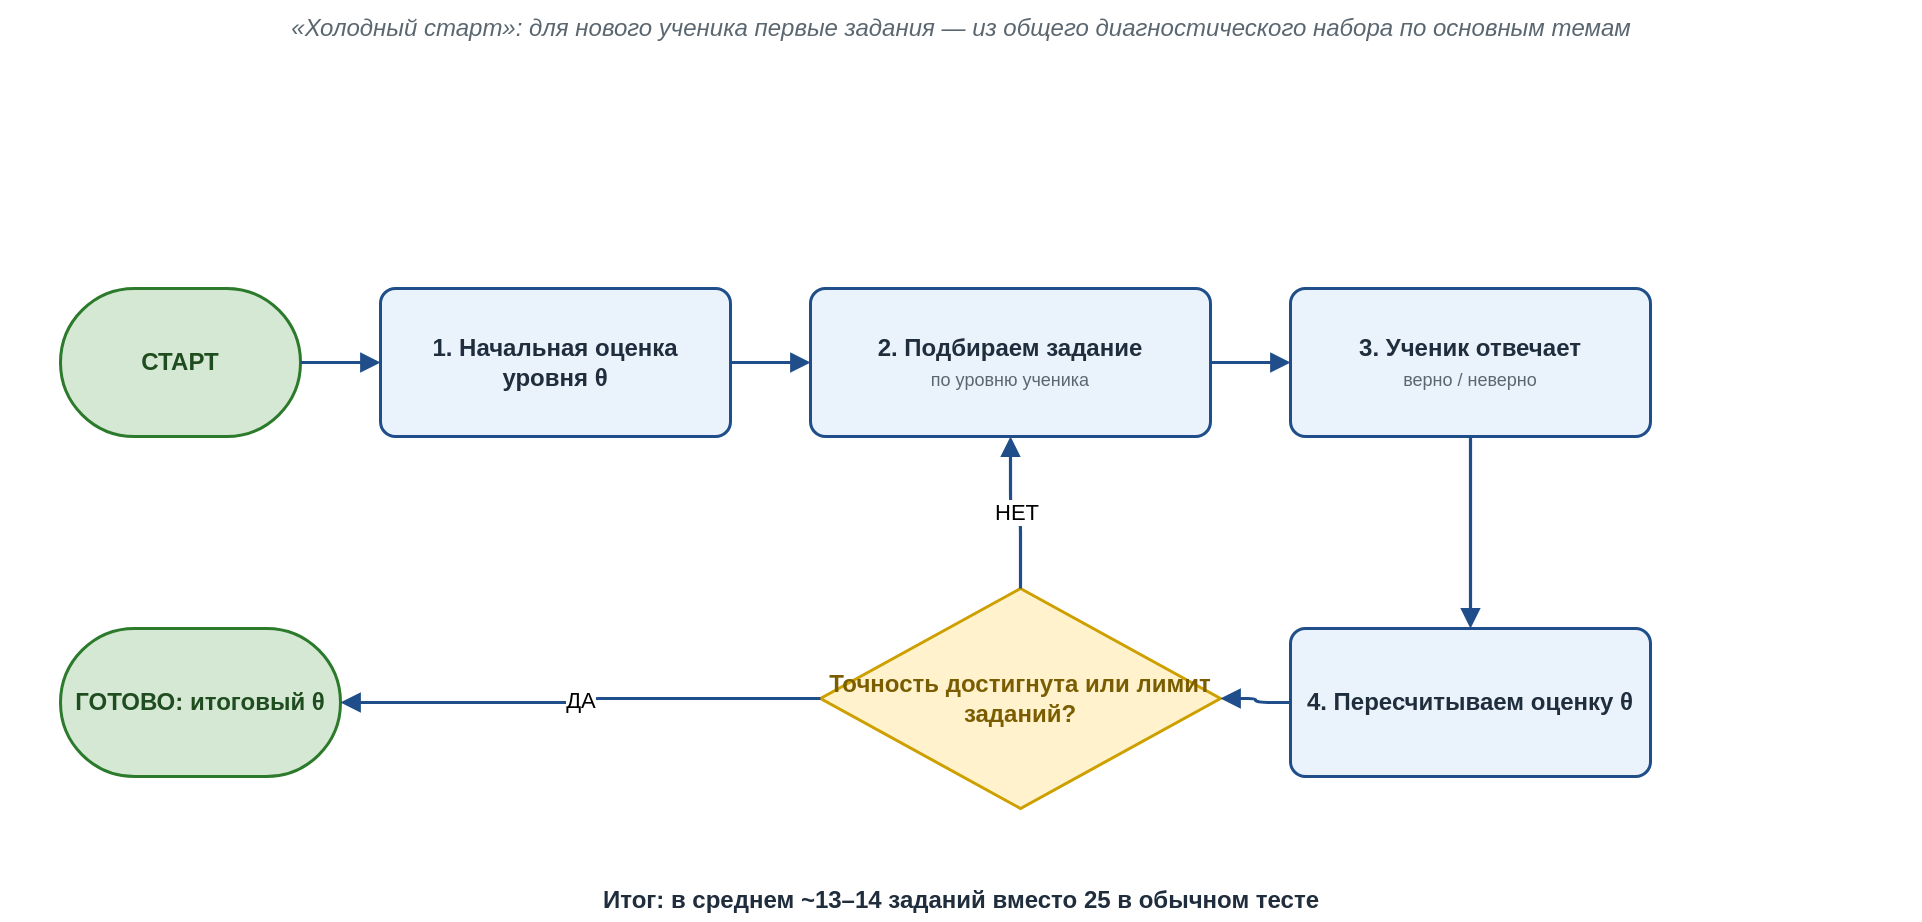
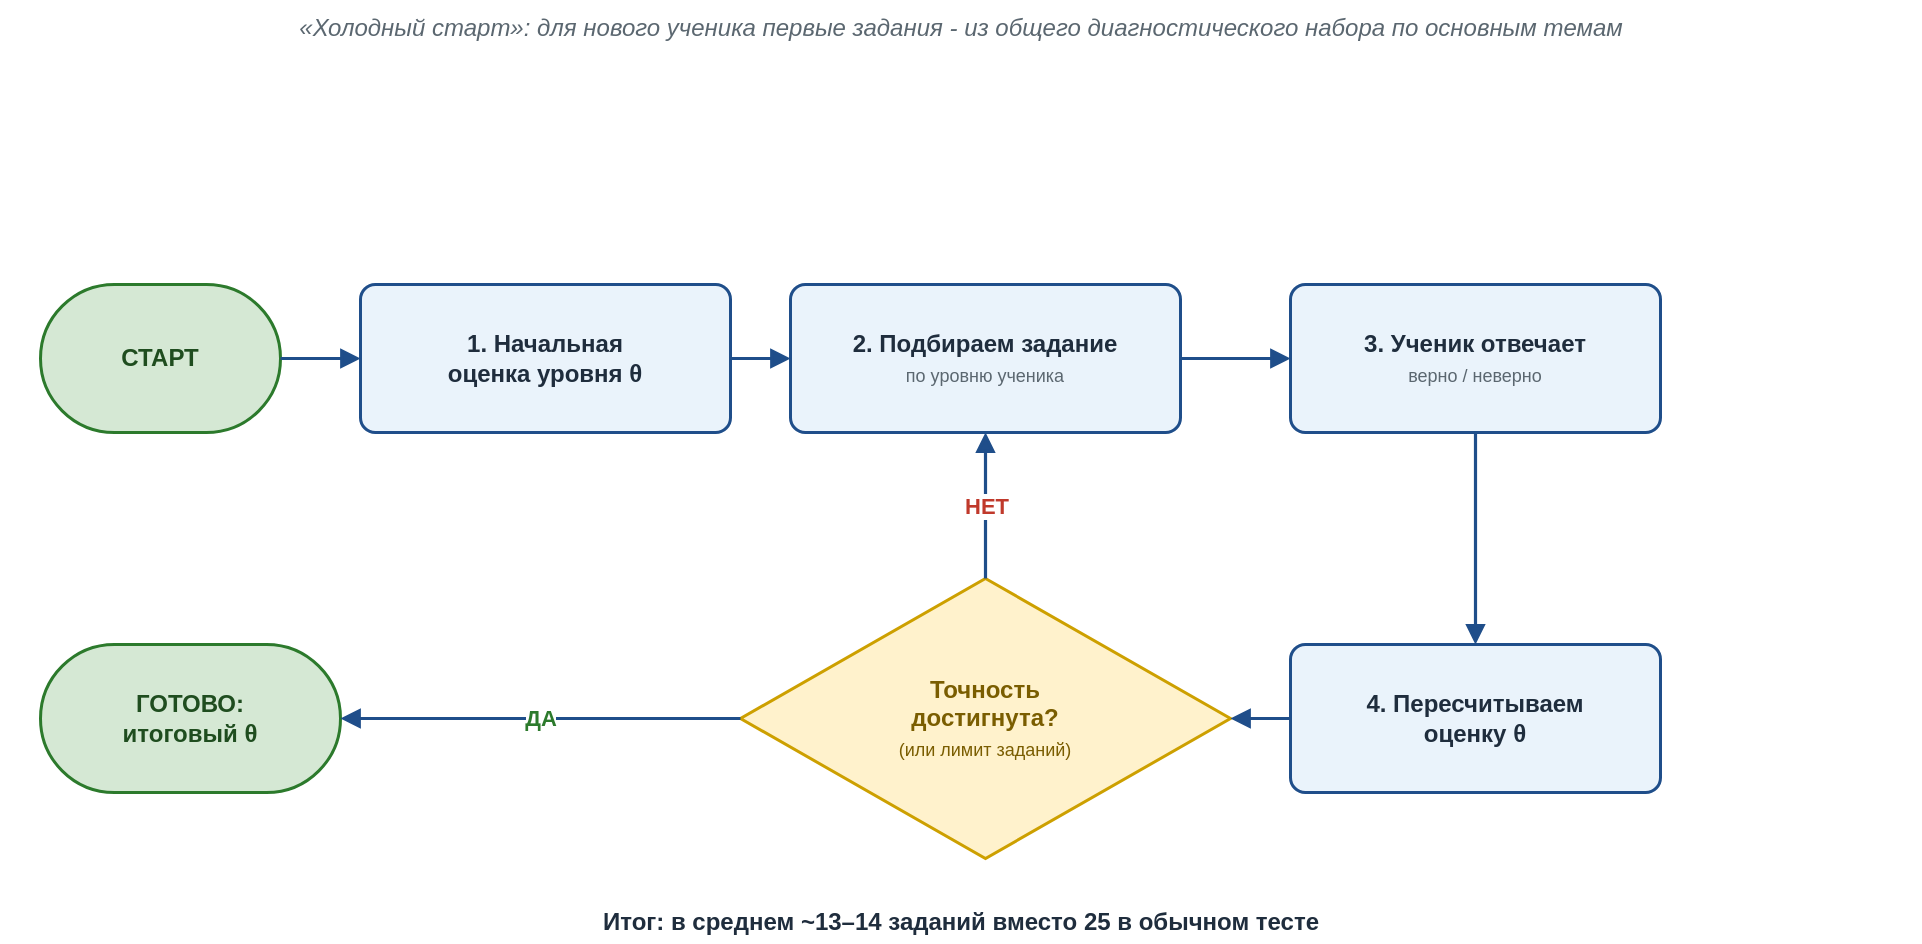
- <mxfile host="app.diagrams.net" type="device"><diagram name="Алгоритм адаптивного тестирования (IRT/CAT)" id="Алгоритм адаптивного тестирования (IRT/CAT)"><mxGraphModel dx="900" dy="600" grid="1" gridSize="10" guides="1" tooltips="1" connect="1" arrows="1" fold="1" page="1" pageScale="1" pageWidth="1000" pageHeight="470" math="0" shadow="0"><root><mxCell id="0"/><mxCell id="1" parent="0"/><mxCell id="TN" value="«Холодный старт»: для нового ученика первые задания — из общего диагностического набора по основным темам" style="text;html=1;align=center;fontColor=#5b6770;fontStyle=2;" vertex="1" parent="1"><mxGeometry x="20" y="6" width="960" height="24" as="geometry"/></mxCell><mxCell id="n_start" value="&lt;b&gt;СТАРТ&lt;/b&gt;" style="rounded=1;arcSize=50;whiteSpace=wrap;html=1;fillColor=#d5e8d4;strokeColor=#2c7a2c;fontColor=#1f4d1f;strokeWidth=1.5;fontStyle=1;" vertex="1" parent="1"><mxGeometry x="50" y="150" width="120" height="74" as="geometry"/></mxCell><mxCell id="n_n1" value="&lt;b&gt;1. Начальная оценка уровня θ&lt;/b&gt;" style="rounded=1;arcSize=10;whiteSpace=wrap;html=1;fillColor=#eaf3fb;strokeColor=#1f4e8a;fontColor=#1f2d3d;strokeWidth=1.5;align=center;verticalAlign=middle;spacingLeft=4;spacingRight=4;" vertex="1" parent="1"><mxGeometry x="210" y="150" width="175" height="74" as="geometry"/></mxCell><mxCell id="n_n2" value="&lt;b&gt;2. Подбираем задание&lt;/b&gt;&lt;br&gt;&lt;font style=&#x27;font-size:9px&#x27; color=&#x27;#5b6770&#x27;&gt;по уровню ученика&lt;/font&gt;" style="rounded=1;arcSize=10;whiteSpace=wrap;html=1;fillColor=#eaf3fb;strokeColor=#1f4e8a;fontColor=#1f2d3d;strokeWidth=1.5;align=center;verticalAlign=middle;spacingLeft=4;spacingRight=4;" vertex="1" parent="1"><mxGeometry x="425" y="150" width="200" height="74" as="geometry"/></mxCell><mxCell id="n_n3" value="&lt;b&gt;3. Ученик отвечает&lt;/b&gt;&lt;br&gt;&lt;font style=&#x27;font-size:9px&#x27; color=&#x27;#5b6770&#x27;&gt;верно / неверно&lt;/font&gt;" style="rounded=1;arcSize=10;whiteSpace=wrap;html=1;fillColor=#eaf3fb;strokeColor=#1f4e8a;fontColor=#1f2d3d;strokeWidth=1.5;align=center;verticalAlign=middle;spacingLeft=4;spacingRight=4;" vertex="1" parent="1"><mxGeometry x="665" y="150" width="180" height="74" as="geometry"/></mxCell><mxCell id="n_n4" value="&lt;b&gt;4. Пересчитываем оценку θ&lt;/b&gt;" style="rounded=1;arcSize=10;whiteSpace=wrap;html=1;fillColor=#eaf3fb;strokeColor=#1f4e8a;fontColor=#1f2d3d;strokeWidth=1.5;align=center;verticalAlign=middle;spacingLeft=4;spacingRight=4;" vertex="1" parent="1"><mxGeometry x="665" y="320" width="180" height="74" as="geometry"/></mxCell><mxCell id="n_dec" value="&lt;b&gt;Точность достигнута или лимит заданий?&lt;/b&gt;" style="rhombus;whiteSpace=wrap;html=1;fillColor=#fff2cc;strokeColor=#cda000;fontColor=#7a5d00;strokeWidth=1.5;" vertex="1" parent="1"><mxGeometry x="430" y="300" width="200" height="110" as="geometry"/></mxCell><mxCell id="n_done" value="&lt;b&gt;ГОТОВО: итоговый θ&lt;/b&gt;" style="rounded=1;arcSize=50;whiteSpace=wrap;html=1;fillColor=#d5e8d4;strokeColor=#2c7a2c;fontColor=#1f4d1f;strokeWidth=1.5;fontStyle=1;" vertex="1" parent="1"><mxGeometry x="50" y="320" width="140" height="74" as="geometry"/></mxCell><mxCell id="e0" value="" style="edgeStyle=orthogonalEdgeStyle;rounded=1;html=1;strokeColor=#1f4e8a;strokeWidth=1.6;endArrow=block;endFill=1;startArrow=none;exitX=1;exitY=0.5;exitDx=0;exitDy=0;entryX=0;entryY=0.5;entryDx=0;entryDy=0;" edge="1" parent="1" source="n_start" target="n_n1"><mxGeometry relative="1" as="geometry"></mxGeometry></mxCell><mxCell id="e1" value="" style="edgeStyle=orthogonalEdgeStyle;rounded=1;html=1;strokeColor=#1f4e8a;strokeWidth=1.6;endArrow=block;endFill=1;startArrow=none;exitX=1;exitY=0.5;exitDx=0;exitDy=0;entryX=0;entryY=0.5;entryDx=0;entryDy=0;" edge="1" parent="1" source="n_n1" target="n_n2"><mxGeometry relative="1" as="geometry"></mxGeometry></mxCell><mxCell id="e2" value="" style="edgeStyle=orthogonalEdgeStyle;rounded=1;html=1;strokeColor=#1f4e8a;strokeWidth=1.6;endArrow=block;endFill=1;startArrow=none;exitX=1;exitY=0.5;exitDx=0;exitDy=0;entryX=0;entryY=0.5;entryDx=0;entryDy=0;" edge="1" parent="1" source="n_n2" target="n_n3"><mxGeometry relative="1" as="geometry"></mxGeometry></mxCell><mxCell id="e3" value="" style="edgeStyle=orthogonalEdgeStyle;rounded=1;html=1;strokeColor=#1f4e8a;strokeWidth=1.6;endArrow=block;endFill=1;startArrow=none;exitX=0.5;exitY=1;exitDx=0;exitDy=0;entryX=0.5;entryY=0;entryDx=0;entryDy=0;" edge="1" parent="1" source="n_n3" target="n_n4"><mxGeometry relative="1" as="geometry"></mxGeometry></mxCell><mxCell id="e4" value="" style="edgeStyle=orthogonalEdgeStyle;rounded=1;html=1;strokeColor=#1f4e8a;strokeWidth=1.6;endArrow=block;endFill=1;startArrow=none;exitX=0;exitY=0.5;exitDx=0;exitDy=0;entryX=1;entryY=0.5;entryDx=0;entryDy=0;" edge="1" parent="1" source="n_n4" target="n_dec"><mxGeometry relative="1" as="geometry"></mxGeometry></mxCell><mxCell id="e5" value="НЕТ" style="edgeStyle=orthogonalEdgeStyle;rounded=1;html=1;strokeColor=#1f4e8a;strokeWidth=1.6;endArrow=block;endFill=1;startArrow=none;exitX=0.5;exitY=0;exitDx=0;exitDy=0;entryX=0.5;entryY=1;entryDx=0;entryDy=0;" edge="1" parent="1" source="n_dec" target="n_n2"><mxGeometry relative="1" as="geometry"></mxGeometry></mxCell><mxCell id="e6" value="ДА" style="edgeStyle=orthogonalEdgeStyle;rounded=1;html=1;strokeColor=#1f4e8a;strokeWidth=1.6;endArrow=block;endFill=1;startArrow=none;exitX=0;exitY=0.5;exitDx=0;exitDy=0;entryX=1;entryY=0.5;entryDx=0;entryDy=0;" edge="1" parent="1" source="n_dec" target="n_done"><mxGeometry relative="1" as="geometry"></mxGeometry></mxCell><mxCell id="BN" value="Итог: в среднем ~13–14 заданий вместо 25 в обычном тесте" style="text;html=1;align=center;fontColor=#1f2d3d;fontStyle=1;" vertex="1" parent="1"><mxGeometry x="20" y="442" width="960" height="24" as="geometry"/></mxCell></root></mxGraphModel></diagram></mxfile>+ <mxfile host="app.diagrams.net" type="device"><diagram name="Алгоритм адаптивного тестирования (IRT/CAT)" id="cat-algorithm"><mxGraphModel dx="900" dy="600" grid="0" gridSize="10" guides="1" tooltips="1" connect="1" arrows="1" fold="1" page="1" pageScale="1" pageWidth="1000" pageHeight="490" math="0" shadow="0" background="#ffffff"><root><mxCell id="0"/><mxCell id="1" parent="0"/>
+ <mxCell id="TN" value="«Холодный старт»: для нового ученика первые задания - из общего диагностического набора по основным темам" style="text;html=1;align=center;fontColor=#5b6770;fontStyle=2;" vertex="1" parent="1"><mxGeometry x="20" y="8" width="960" height="24" as="geometry"/></mxCell>
+ <mxCell id="n_start" value="&lt;b&gt;СТАРТ&lt;/b&gt;" style="rounded=1;arcSize=50;whiteSpace=wrap;html=1;fillColor=#d5e8d4;strokeColor=#2c7a2c;fontColor=#1f4d1f;strokeWidth=1.5;fontStyle=1;" vertex="1" parent="1"><mxGeometry x="40" y="150" width="120" height="74" as="geometry"/></mxCell>
+ <mxCell id="n_n1" value="&lt;b&gt;1. Начальная&lt;br&gt;оценка уровня θ&lt;/b&gt;" style="rounded=1;arcSize=10;whiteSpace=wrap;html=1;fillColor=#eaf3fb;strokeColor=#1f4e8a;fontColor=#1f2d3d;strokeWidth=1.5;align=center;verticalAlign=middle;" vertex="1" parent="1"><mxGeometry x="200" y="150" width="185" height="74" as="geometry"/></mxCell>
+ <mxCell id="n_n2" value="&lt;b&gt;2. Подбираем задание&lt;/b&gt;&lt;br&gt;&lt;font style=&#x27;font-size:9px&#x27; color=&#x27;#5b6770&#x27;&gt;по уровню ученика&lt;/font&gt;" style="rounded=1;arcSize=10;whiteSpace=wrap;html=1;fillColor=#eaf3fb;strokeColor=#1f4e8a;fontColor=#1f2d3d;strokeWidth=1.5;align=center;verticalAlign=middle;" vertex="1" parent="1"><mxGeometry x="415" y="150" width="195" height="74" as="geometry"/></mxCell>
+ <mxCell id="n_n3" value="&lt;b&gt;3. Ученик отвечает&lt;/b&gt;&lt;br&gt;&lt;font style=&#x27;font-size:9px&#x27; color=&#x27;#5b6770&#x27;&gt;верно / неверно&lt;/font&gt;" style="rounded=1;arcSize=10;whiteSpace=wrap;html=1;fillColor=#eaf3fb;strokeColor=#1f4e8a;fontColor=#1f2d3d;strokeWidth=1.5;align=center;verticalAlign=middle;" vertex="1" parent="1"><mxGeometry x="665" y="150" width="185" height="74" as="geometry"/></mxCell>
+ <mxCell id="n_n4" value="&lt;b&gt;4. Пересчитываем&lt;br&gt;оценку θ&lt;/b&gt;" style="rounded=1;arcSize=10;whiteSpace=wrap;html=1;fillColor=#eaf3fb;strokeColor=#1f4e8a;fontColor=#1f2d3d;strokeWidth=1.5;align=center;verticalAlign=middle;" vertex="1" parent="1"><mxGeometry x="665" y="330" width="185" height="74" as="geometry"/></mxCell>
+ <mxCell id="n_dec" value="&lt;b&gt;Точность&lt;br&gt;достигнута?&lt;/b&gt;&lt;br&gt;&lt;font style=&#x27;font-size:9px&#x27; color=&#x27;#7a5d00&#x27;&gt;(или лимит заданий)&lt;/font&gt;" style="rhombus;whiteSpace=wrap;html=1;fillColor=#fff2cc;strokeColor=#cda000;fontColor=#7a5d00;strokeWidth=1.5;verticalAlign=middle;" vertex="1" parent="1"><mxGeometry x="390" y="297" width="245" height="140" as="geometry"/></mxCell>
+ <mxCell id="n_done" value="&lt;b&gt;ГОТОВО:&lt;br&gt;итоговый θ&lt;/b&gt;" style="rounded=1;arcSize=50;whiteSpace=wrap;html=1;fillColor=#d5e8d4;strokeColor=#2c7a2c;fontColor=#1f4d1f;strokeWidth=1.5;fontStyle=1;" vertex="1" parent="1"><mxGeometry x="40" y="330" width="150" height="74" as="geometry"/></mxCell>
+ <mxCell id="e0" style="edgeStyle=orthogonalEdgeStyle;rounded=1;html=1;strokeColor=#1f4e8a;strokeWidth=1.6;endArrow=block;endFill=1;exitX=1;exitY=0.5;entryX=0;entryY=0.5;" edge="1" parent="1" source="n_start" target="n_n1"><mxGeometry relative="1" as="geometry"/></mxCell>
+ <mxCell id="e1" style="edgeStyle=orthogonalEdgeStyle;rounded=1;html=1;strokeColor=#1f4e8a;strokeWidth=1.6;endArrow=block;endFill=1;exitX=1;exitY=0.5;entryX=0;entryY=0.5;" edge="1" parent="1" source="n_n1" target="n_n2"><mxGeometry relative="1" as="geometry"/></mxCell>
+ <mxCell id="e2" style="edgeStyle=orthogonalEdgeStyle;rounded=1;html=1;strokeColor=#1f4e8a;strokeWidth=1.6;endArrow=block;endFill=1;exitX=1;exitY=0.5;entryX=0;entryY=0.5;" edge="1" parent="1" source="n_n2" target="n_n3"><mxGeometry relative="1" as="geometry"/></mxCell>
+ <mxCell id="e3" style="edgeStyle=orthogonalEdgeStyle;rounded=1;html=1;strokeColor=#1f4e8a;strokeWidth=1.6;endArrow=block;endFill=1;exitX=0.5;exitY=1;entryX=0.5;entryY=0;" edge="1" parent="1" source="n_n3" target="n_n4"><mxGeometry relative="1" as="geometry"/></mxCell>
+ <mxCell id="e4" style="edgeStyle=orthogonalEdgeStyle;rounded=1;html=1;strokeColor=#1f4e8a;strokeWidth=1.6;endArrow=block;endFill=1;exitX=0;exitY=0.5;entryX=1;entryY=0.5;" edge="1" parent="1" source="n_n4" target="n_dec"><mxGeometry relative="1" as="geometry"/></mxCell>
+ <mxCell id="e5" value="НЕТ" style="edgeStyle=orthogonalEdgeStyle;rounded=1;html=1;strokeColor=#1f4e8a;strokeWidth=1.6;endArrow=block;endFill=1;exitX=0.5;exitY=0;entryX=0.5;entryY=1;fontColor=#c0392b;fontStyle=1;" edge="1" parent="1" source="n_dec" target="n_n2"><mxGeometry relative="1" as="geometry"/></mxCell>
+ <mxCell id="e6" value="ДА" style="edgeStyle=orthogonalEdgeStyle;rounded=1;html=1;strokeColor=#1f4e8a;strokeWidth=1.6;endArrow=block;endFill=1;exitX=0;exitY=0.5;entryX=1;entryY=0.5;fontColor=#2c7a2c;fontStyle=1;" edge="1" parent="1" source="n_dec" target="n_done"><mxGeometry relative="1" as="geometry"/></mxCell>
+ <mxCell id="BN" value="Итог: в среднем ~13–14 заданий вместо 25 в обычном тесте" style="text;html=1;align=center;fontColor=#1f2d3d;fontStyle=1;" vertex="1" parent="1"><mxGeometry x="20" y="455" width="960" height="24" as="geometry"/></mxCell>
+ </root></mxGraphModel></diagram></mxfile>
